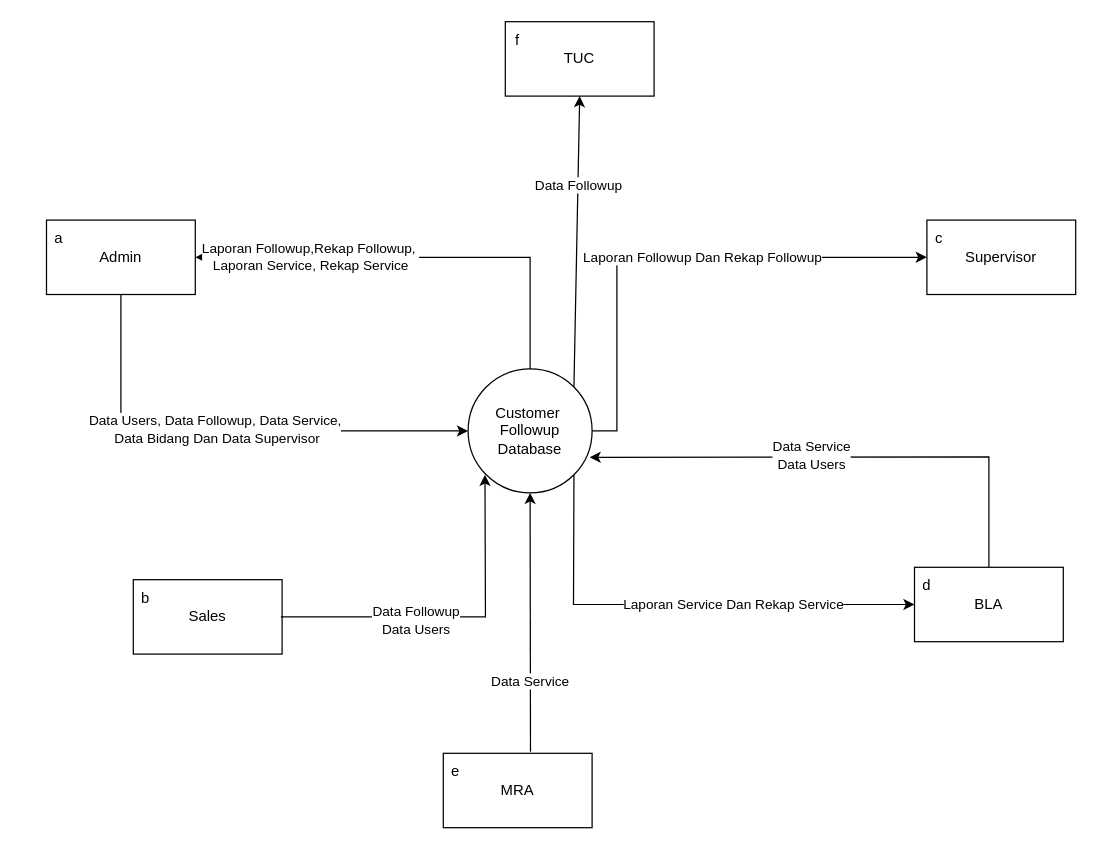
Above: page "Diagram Konteks" (1 of 3) of Untitled Diagram.drawio in AkhmadFiqri/belajar-git (draw.io), before the change. Source tidied: cells renumbered, new cells numbered last; positions are measured from the earlier drawing's top-left corner, leaving out a move shared by most shapes. Both pictures are drawn from the tidied source at 124%, with x=0, y=0 at pixel (21, 21).
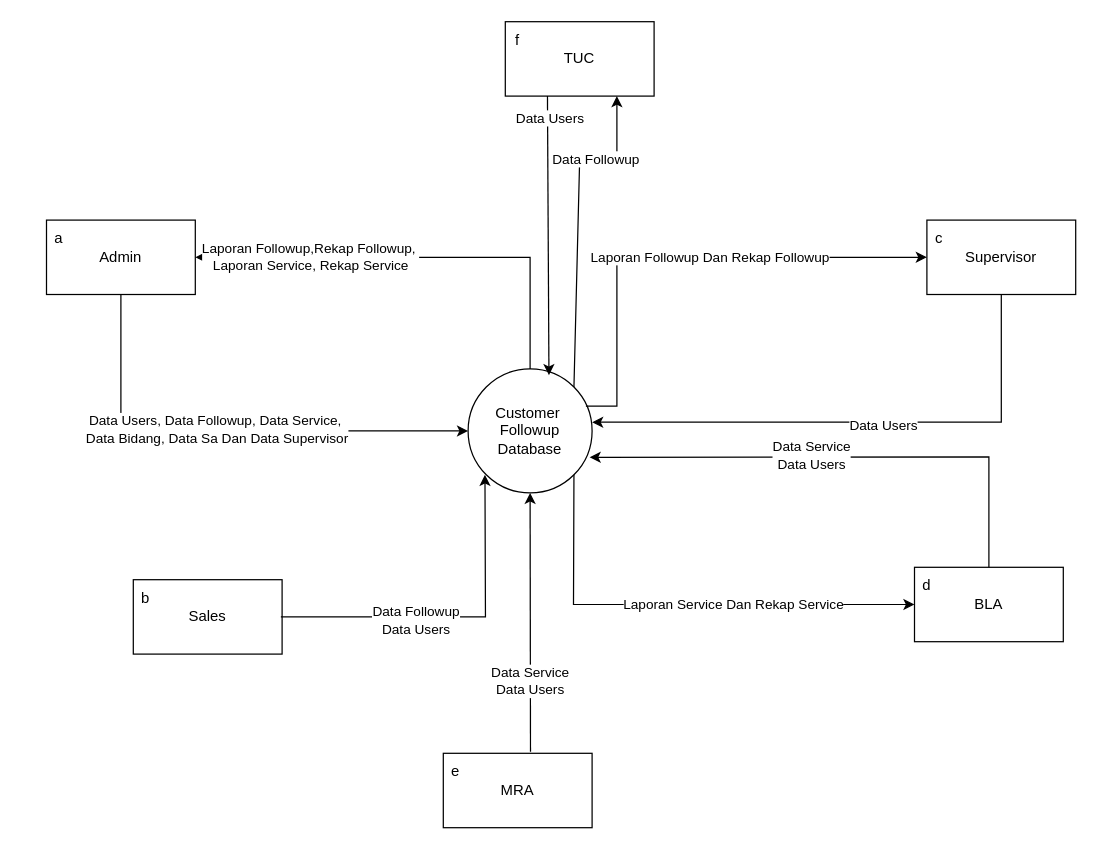
After the change.

The change refers to these unchanged cells:
```xml
<mxCell id="2" value="Customer&amp;nbsp;&lt;div&gt;Followup&lt;/div&gt;&lt;div&gt;Database&lt;/div&gt;" style="shape=ellipse;html=1;dashed=0;whiteSpace=wrap;perimeter=ellipsePerimeter;" parent="1" vertex="1">
  <mxGeometry x="360" y="280" width="100" height="100" as="geometry" />
</mxCell>
<mxCell id="3" value="Supervisor" style="html=1;dashed=0;whiteSpace=wrap;" parent="1" vertex="1">
  <mxGeometry x="730" y="160" width="120" height="60" as="geometry" />
</mxCell>
<mxCell id="8" value="TUC" style="html=1;dashed=0;whiteSpace=wrap;" parent="1" vertex="1">
  <mxGeometry x="390" width="120" height="60" as="geometry" />
</mxCell>
<mxCell id="9" style="endArrow=classic;html=1;rounded=0;exitX=0.5;exitY=1;exitDx=0;exitDy=0;entryX=0;entryY=0.5;entryDx=0;entryDy=0;" parent="1" edge="1" source="4" target="2">
  <mxGeometry relative="1" as="geometry">
    <Array as="points">
      <mxPoint x="80" y="330" />
    </Array>
  </mxGeometry>
</mxCell>
<mxCell id="21" style="endArrow=classic;html=1;rounded=0;exitX=0.586;exitY=-0.021;exitDx=0;exitDy=0;exitPerimeter=0;entryX=0.5;entryY=1;entryDx=0;entryDy=0;" parent="1" edge="1" source="6" target="2">
  <mxGeometry relative="1" as="geometry" />
</mxCell>
```

The edit, as a diff of the source:
```diff
@@
-    <mxCell id="10" value="Data Users, Data Followup, Data Service,&lt;div&gt;&amp;nbsp;Data Bidang Dan Data Supervisor&lt;/div&gt;" style="edgeLabel;html=1;align=center;verticalAlign=middle;" parent="9" vertex="1">
+    <mxCell id="10" value="Data Users, Data Followup, Data Service,&lt;div&gt;&amp;nbsp;Data Bidang, Data Sa Dan Data Supervisor&lt;/div&gt;" style="edgeLabel;html=1;align=center;verticalAlign=middle;" parent="9" vertex="1">
       <mxGeometry x="-0.05" y="2" relative="1" as="geometry" />
     </mxCell>
@@
-    <mxCell id="15" style="endArrow=classic;html=1;rounded=0;exitX=1;exitY=0.5;exitDx=0;exitDy=0;entryX=0;entryY=0.5;entryDx=0;entryDy=0;" parent="1" edge="1" source="2" target="3">
+    <mxCell id="15" style="endArrow=classic;html=1;rounded=0;entryX=0;entryY=0.5;entryDx=0;entryDy=0;" parent="1" edge="1" target="3">
       <mxGeometry relative="1" as="geometry">
+        <mxPoint x="455" y="310" as="sourcePoint" />
         <Array as="points">
-          <mxPoint x="480" y="330" />
+          <mxPoint x="480" y="310" />
           <mxPoint x="480" y="190" />
         </Array>
       </mxGeometry>
     </mxCell>
@@
-    <mxCell id="22" value="Data Service" style="edgeLabel;html=1;align=center;verticalAlign=middle;" parent="21" vertex="1">
+    <mxCell id="22" value="Data Service&lt;div&gt;Data Users&lt;/div&gt;" style="edgeLabel;html=1;align=center;verticalAlign=middle;" parent="21" vertex="1">
       <mxGeometry x="-0.45" y="1" relative="1" as="geometry" />
     </mxCell>
-    <mxCell id="23" style="endArrow=classic;html=1;rounded=0;exitX=1;exitY=0;exitDx=0;exitDy=0;entryX=0.5;entryY=1;entryDx=0;entryDy=0;" parent="1" edge="1" source="2" target="8">
-      <mxGeometry relative="1" as="geometry" />
+    <mxCell id="23" style="endArrow=classic;html=1;rounded=0;exitX=1;exitY=0;exitDx=0;exitDy=0;entryX=0.75;entryY=1;entryDx=0;entryDy=0;" parent="1" edge="1" source="2" target="8">
+      <mxGeometry relative="1" as="geometry">
+        <Array as="points">
+          <mxPoint x="450" y="110" />
+          <mxPoint x="480" y="110" />
+        </Array>
+      </mxGeometry>
     </mxCell>
     <mxCell id="24" value="Data Followup" style="edgeLabel;html=1;align=center;verticalAlign=middle;" parent="23" vertex="1">
-      <mxGeometry x="0.4" relative="1" as="geometry">
-        <mxPoint y="1" as="offset" />
-      </mxGeometry>
+      <mxGeometry x="0.49" relative="1" as="geometry" />
     </mxCell>
@@
+    <mxCell id="31" style="endArrow=classic;html=1;rounded=0;exitX=0.5;exitY=1;exitDx=0;exitDy=0;" parent="1" edge="1" source="3">
+      <mxGeometry relative="1" as="geometry">
+        <mxPoint x="460" y="323" as="targetPoint" />
+        <Array as="points">
+          <mxPoint x="790" y="323" />
+        </Array>
+      </mxGeometry>
+    </mxCell>
+    <mxCell id="32" value="Data Users" style="edgeLabel;html=1;align=center;verticalAlign=middle;" parent="31" vertex="1">
+      <mxGeometry x="-0.08" y="2" relative="1" as="geometry" />
+    </mxCell>
+    <mxCell id="33" style="endArrow=classic;html=1;rounded=0;exitX=0.25;exitY=1;exitDx=0;exitDy=0;entryX=0.652;entryY=0.051;entryDx=0;entryDy=0;entryPerimeter=0;" parent="1" edge="1" target="2">
+      <mxGeometry relative="1" as="geometry">
+        <mxPoint x="424" y="60" as="sourcePoint" />
+      </mxGeometry>
+    </mxCell>
+    <mxCell id="34" value="Data Users" style="edgeLabel;html=1;align=center;verticalAlign=middle;" parent="33" vertex="1">
+      <mxGeometry x="-0.84" y="1" relative="1" as="geometry" />
+    </mxCell>
```
